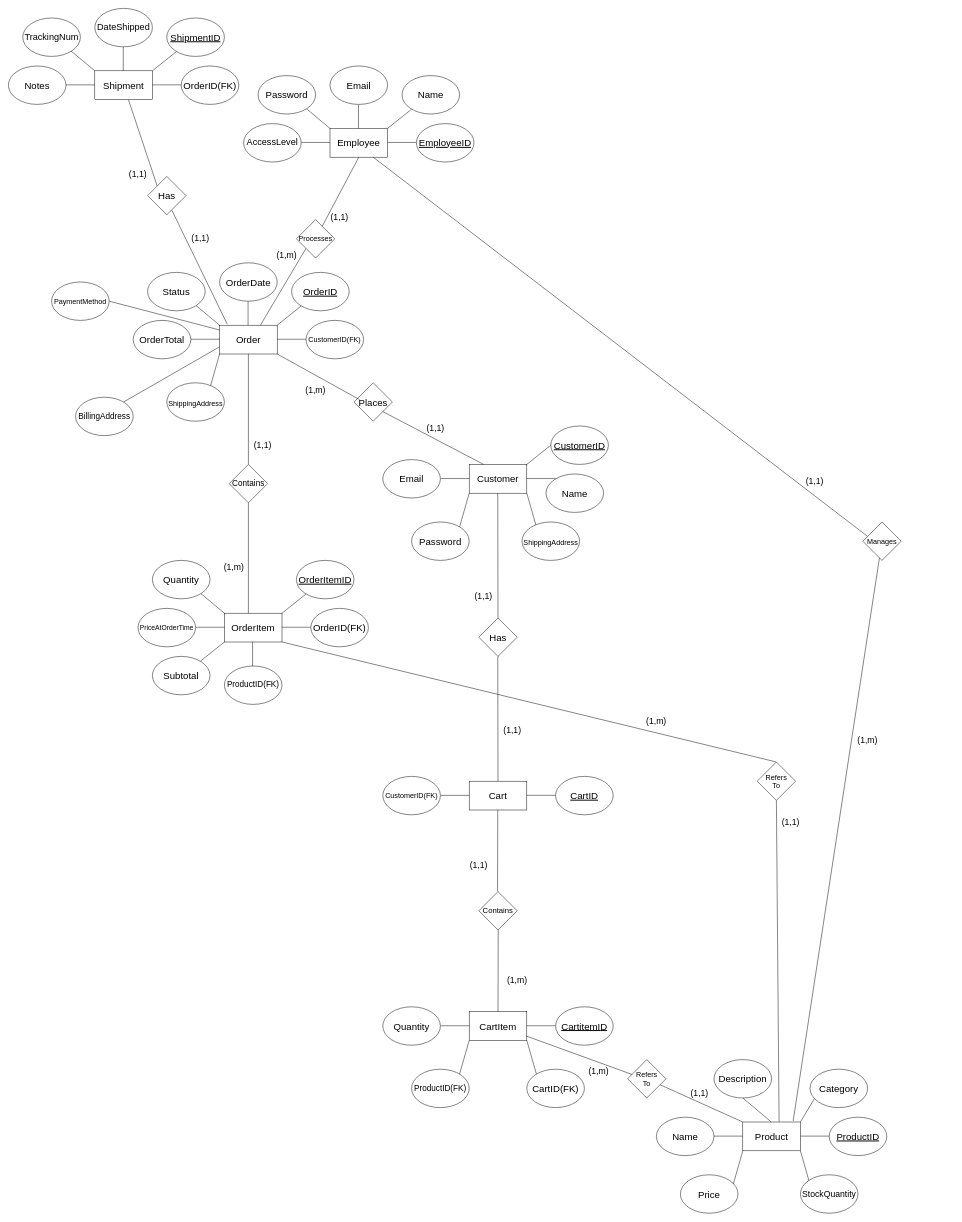
Above: 466GroupProjectER.drawio in jermarthecar/466 (draw.io), before the change. Source tidied: cells renumbered, new cells numbered last; positions are measured from the earlier drawing's top-left corner, leaving out a move shared by most shapes. Both pictures are drawn from the tidied source at 48%, with x=0, y=0 at pixel (8, 8).
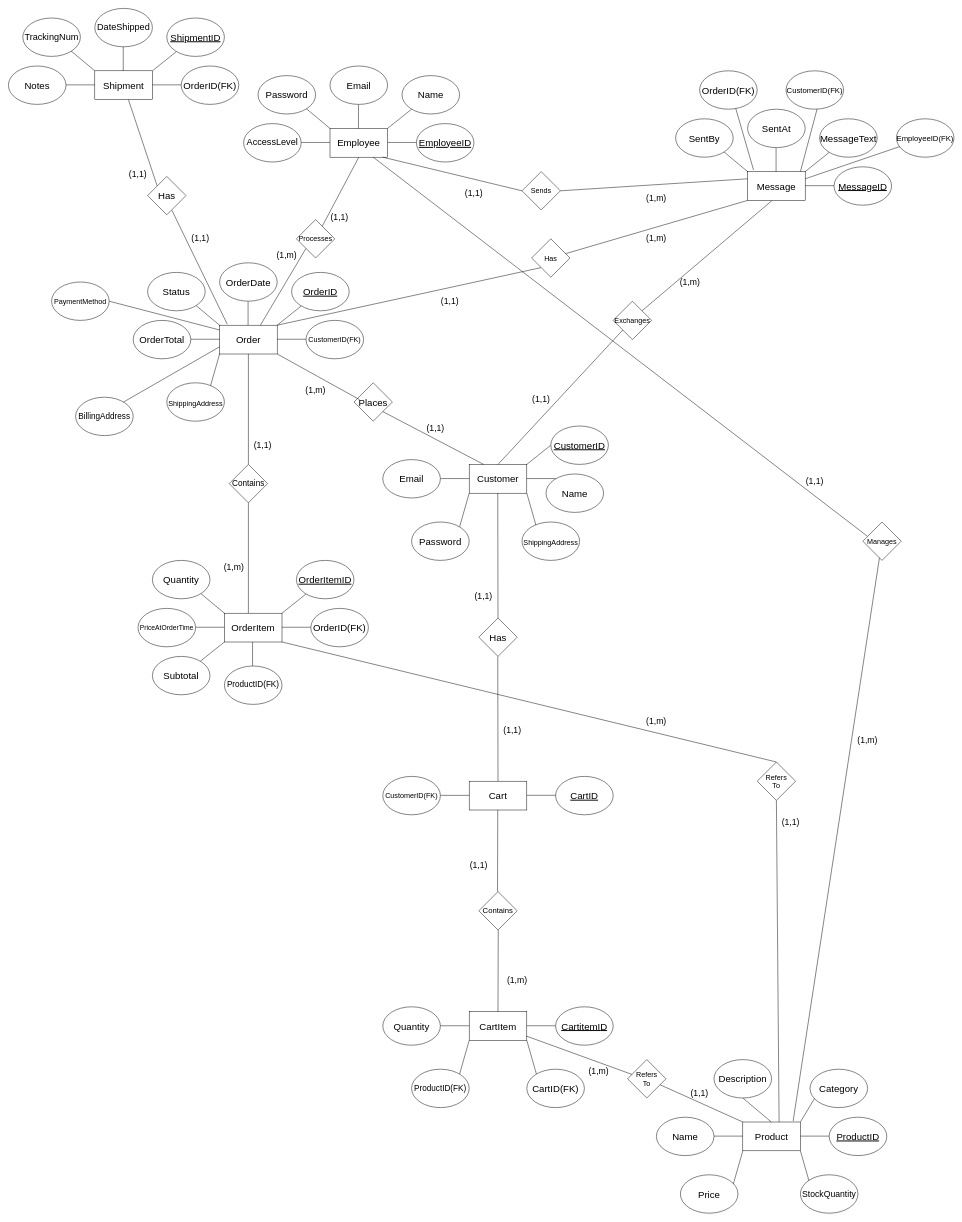
After the change.

Commit message (it also covers changes not shown here):
Update for addition of message entity to schema

Unchanged cells that the change refers to:
```xml
<mxCell id="2" value="&lt;span style=&quot;font-size: 20px;&quot;&gt;Customer&lt;/span&gt;" style="rounded=0;whiteSpace=wrap;html=1;" parent="1" vertex="1">
  <mxGeometry x="960" y="950" width="120" height="60" as="geometry" />
</mxCell>
<mxCell id="45" value="&lt;span style=&quot;font-size: 20px;&quot;&gt;Order&lt;/span&gt;" style="rounded=0;whiteSpace=wrap;html=1;" parent="1" vertex="1">
  <mxGeometry x="440" y="660" width="120" height="60" as="geometry" />
</mxCell>
```

The edit, as a diff of the source:
```diff
@@
+    <mxCell id="137" value="&lt;span style=&quot;font-size: 20px;&quot;&gt;Message&lt;/span&gt;" style="rounded=0;whiteSpace=wrap;html=1;" parent="1" vertex="1">
+      <mxGeometry x="1540" y="340" width="120" height="60" as="geometry" />
+    </mxCell>
+    <mxCell id="138" style="endArrow=none;html=1;rounded=0;" parent="1" edge="1">
+      <mxGeometry relative="1" as="geometry">
+        <mxPoint x="1660" y="340" as="sourcePoint" />
+        <mxPoint x="1710" y="300" as="targetPoint" />
+      </mxGeometry>
+    </mxCell>
+    <mxCell id="139" value="&lt;span style=&quot;font-size: 20px;&quot;&gt;MessageText&lt;/span&gt;" style="ellipse;whiteSpace=wrap;html=1;" parent="1" vertex="1">
+      <mxGeometry x="1690" y="230" width="120" height="80" as="geometry" />
+    </mxCell>
+    <mxCell id="140" style="endArrow=none;html=1;rounded=0;" parent="1" edge="1">
+      <mxGeometry relative="1" as="geometry">
+        <mxPoint x="1660" y="369.3" as="sourcePoint" />
+        <mxPoint x="1720" y="369.3" as="targetPoint" />
+      </mxGeometry>
+    </mxCell>
+    <mxCell id="141" value="&lt;span style=&quot;font-size: 20px;&quot;&gt;&lt;u&gt;MessageID&lt;/u&gt;&lt;/span&gt;" style="ellipse;whiteSpace=wrap;html=1;" parent="1" vertex="1">
+      <mxGeometry x="1720" y="330" width="120" height="80" as="geometry" />
+    </mxCell>
+    <mxCell id="142" style="endArrow=none;html=1;rounded=0;" parent="1" edge="1">
+      <mxGeometry relative="1" as="geometry">
+        <mxPoint x="1599.3" y="290" as="sourcePoint" />
+        <mxPoint x="1599.3" y="340" as="targetPoint" />
+      </mxGeometry>
+    </mxCell>
+    <mxCell id="143" value="&lt;span style=&quot;font-size: 20px;&quot;&gt;SentAt&lt;/span&gt;" style="ellipse;whiteSpace=wrap;html=1;" parent="1" vertex="1">
+      <mxGeometry x="1540" y="210" width="120" height="80" as="geometry" />
+    </mxCell>
+    <mxCell id="144" style="endArrow=none;html=1;rounded=0;labelPosition=center;verticalLabelPosition=middle;align=center;verticalAlign=middle;" parent="1" edge="1">
+      <mxGeometry relative="1" as="geometry">
+        <mxPoint x="1540" y="340" as="sourcePoint" />
+        <mxPoint x="1480" y="290" as="targetPoint" />
+      </mxGeometry>
+    </mxCell>
+    <mxCell id="145" value="&lt;span style=&quot;font-size: 20px;&quot;&gt;SentBy&lt;/span&gt;" style="ellipse;whiteSpace=wrap;html=1;" parent="1" vertex="1">
+      <mxGeometry x="1390" y="230" width="120" height="80" as="geometry" />
+    </mxCell>
+    <mxCell id="146" style="endArrow=none;html=1;rounded=0;exitX=1;exitY=0;exitDx=0;exitDy=0;" parent="1" edge="1" source="45">
+      <mxGeometry relative="1" as="geometry">
+        <mxPoint x="1110" y="540" as="targetPoint" />
+      </mxGeometry>
+    </mxCell>
+    <mxCell id="147" value="&lt;font style=&quot;font-size: 15px;&quot;&gt;Has&lt;/font&gt;" style="rhombus;whiteSpace=wrap;html=1;" parent="1" vertex="1">
+      <mxGeometry x="1090" y="480" width="80" height="80" as="geometry" />
+    </mxCell>
+    <mxCell id="148" style="endArrow=none;html=1;rounded=0;" parent="1" edge="1" source="147">
+      <mxGeometry relative="1" as="geometry">
+        <mxPoint x="1540" y="400" as="targetPoint" />
+      </mxGeometry>
+    </mxCell>
+    <mxCell id="149" value="&lt;font style=&quot;font-size: 18px;&quot;&gt;(1,1)&lt;/font&gt;" style="text;html=1;align=center;verticalAlign=middle;whiteSpace=wrap;rounded=0;" parent="1" vertex="1">
+      <mxGeometry x="890" y="595" width="60" height="30" as="geometry" />
+    </mxCell>
+    <mxCell id="150" value="&lt;font style=&quot;font-size: 18px;&quot;&gt;(1,m)&lt;/font&gt;" style="text;html=1;align=center;verticalAlign=middle;whiteSpace=wrap;rounded=0;" parent="1" vertex="1">
+      <mxGeometry x="1320" y="465" width="60" height="30" as="geometry" />
+    </mxCell>
+    <mxCell id="151" style="endArrow=none;html=1;rounded=0;" parent="1" edge="1">
+      <mxGeometry relative="1" as="geometry">
+        <mxPoint x="1070" y="380" as="sourcePoint" />
+        <mxPoint x="780" y="310" as="targetPoint" />
+      </mxGeometry>
+    </mxCell>
+    <mxCell id="152" value="&lt;font style=&quot;font-size: 15px;&quot;&gt;Sends&lt;/font&gt;" style="rhombus;whiteSpace=wrap;html=1;" parent="1" vertex="1">
+      <mxGeometry x="1070" y="340" width="80" height="80" as="geometry" />
+    </mxCell>
+    <mxCell id="153" style="endArrow=none;html=1;rounded=0;entryX=0;entryY=0.25;entryDx=0;entryDy=0;exitX=1;exitY=0.5;exitDx=0;exitDy=0;" parent="1" edge="1" source="152" target="137">
+      <mxGeometry relative="1" as="geometry" />
+    </mxCell>
+    <mxCell id="154" value="&lt;font style=&quot;font-size: 18px;&quot;&gt;(1,1)&lt;/font&gt;" style="text;html=1;align=center;verticalAlign=middle;whiteSpace=wrap;rounded=0;" parent="1" vertex="1">
+      <mxGeometry x="940" y="370" width="60" height="30" as="geometry" />
+    </mxCell>
+    <mxCell id="155" value="&lt;font style=&quot;font-size: 18px;&quot;&gt;(1,m)&lt;/font&gt;" style="text;html=1;align=center;verticalAlign=middle;whiteSpace=wrap;rounded=0;" parent="1" vertex="1">
+      <mxGeometry x="1320" y="380" width="60" height="30" as="geometry" />
+    </mxCell>
+    <mxCell id="156" style="endArrow=none;html=1;rounded=0;exitX=0.5;exitY=0;exitDx=0;exitDy=0;" parent="1" edge="1" source="2">
+      <mxGeometry relative="1" as="geometry">
+        <mxPoint x="1280" y="670" as="targetPoint" />
+      </mxGeometry>
+    </mxCell>
+    <mxCell id="157" value="&lt;font style=&quot;font-size: 15px;&quot;&gt;Exchanges&lt;/font&gt;" style="rhombus;whiteSpace=wrap;html=1;" parent="1" vertex="1">
+      <mxGeometry x="1260" y="610" width="80" height="80" as="geometry" />
+    </mxCell>
+    <mxCell id="158" style="endArrow=none;html=1;rounded=0;entryX=0.42;entryY=1.012;entryDx=0;entryDy=0;entryPerimeter=0;" parent="1" edge="1" target="137">
+      <mxGeometry relative="1" as="geometry">
+        <mxPoint x="1320" y="630" as="sourcePoint" />
+      </mxGeometry>
+    </mxCell>
+    <mxCell id="159" value="&lt;font style=&quot;font-size: 18px;&quot;&gt;(1,1)&lt;/font&gt;" style="text;html=1;align=center;verticalAlign=middle;whiteSpace=wrap;rounded=0;" parent="1" vertex="1">
+      <mxGeometry x="1080" y="800" width="60" height="30" as="geometry" />
+    </mxCell>
+    <mxCell id="160" value="&lt;font style=&quot;font-size: 18px;&quot;&gt;(1,m)&lt;/font&gt;" style="text;html=1;align=center;verticalAlign=middle;whiteSpace=wrap;rounded=0;" parent="1" vertex="1">
+      <mxGeometry x="1390" y="555" width="60" height="30" as="geometry" />
+    </mxCell>
+    <mxCell id="161" style="endArrow=none;html=1;rounded=0;exitX=0.103;exitY=-0.057;exitDx=0;exitDy=0;exitPerimeter=0;" parent="1" edge="1" source="137">
+      <mxGeometry relative="1" as="geometry">
+        <mxPoint x="1510" y="190" as="targetPoint" />
+      </mxGeometry>
+    </mxCell>
+    <mxCell id="162" value="&lt;span style=&quot;font-size: 20px;&quot;&gt;OrderID(FK)&lt;/span&gt;" style="ellipse;whiteSpace=wrap;html=1;" parent="1" vertex="1">
+      <mxGeometry x="1440" y="130" width="120" height="80" as="geometry" />
+    </mxCell>
+    <mxCell id="163" style="endArrow=none;html=1;rounded=0;exitX=0.917;exitY=0;exitDx=0;exitDy=0;exitPerimeter=0;" parent="1" edge="1" source="137">
+      <mxGeometry relative="1" as="geometry">
+        <mxPoint x="1690" y="190" as="targetPoint" />
+      </mxGeometry>
+    </mxCell>
+    <mxCell id="164" value="&lt;font style=&quot;font-size: 16px;&quot;&gt;CustomerID(FK)&lt;/font&gt;" style="ellipse;whiteSpace=wrap;html=1;" parent="1" vertex="1">
+      <mxGeometry x="1620" y="130" width="120" height="80" as="geometry" />
+    </mxCell>
+    <mxCell id="165" style="endArrow=none;html=1;rounded=0;exitX=1;exitY=0.25;exitDx=0;exitDy=0;" parent="1" edge="1" source="137">
+      <mxGeometry relative="1" as="geometry">
+        <mxPoint x="1880" y="280" as="targetPoint" />
+      </mxGeometry>
+    </mxCell>
+    <mxCell id="166" value="&lt;font style=&quot;font-size: 16px;&quot;&gt;EmployeeID(FK)&lt;/font&gt;" style="ellipse;whiteSpace=wrap;html=1;" parent="1" vertex="1">
+      <mxGeometry x="1850" y="230" width="120" height="80" as="geometry" />
+    </mxCell>
```
